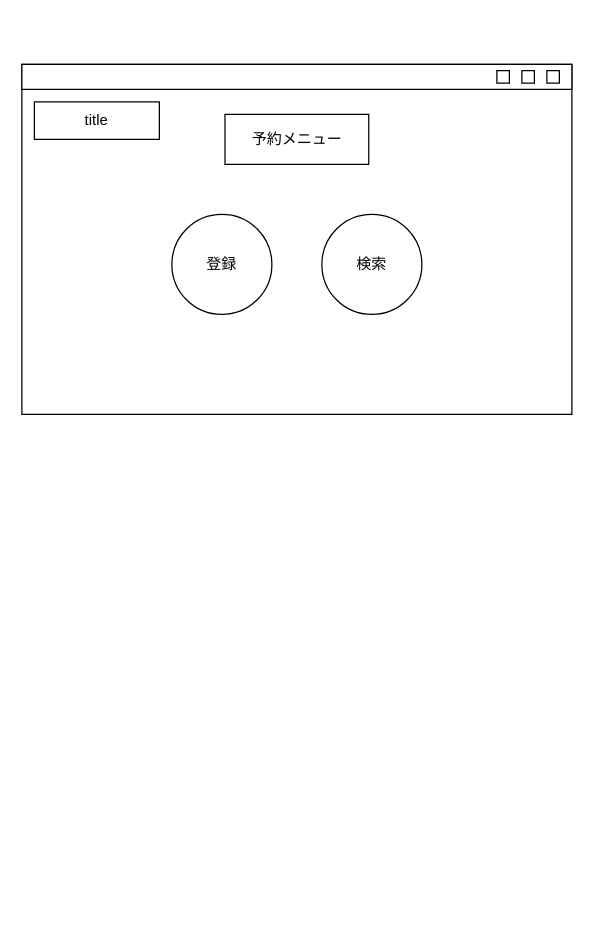
Before: Documents/20_外部設計/22_画面レイアウト設計/画面レイアウト設計書/drawio/RM.dwaio.drawio in charlie24403/Librarians, a draw.io diagram. Source tidied: cells renumbered, new cells numbered last; positions are measured from the earlier drawing's top-left corner, leaving out a move shared by most shapes. Both pictures are drawn from the tidied source at 125%, with x=0, y=0 at pixel (21, 64).
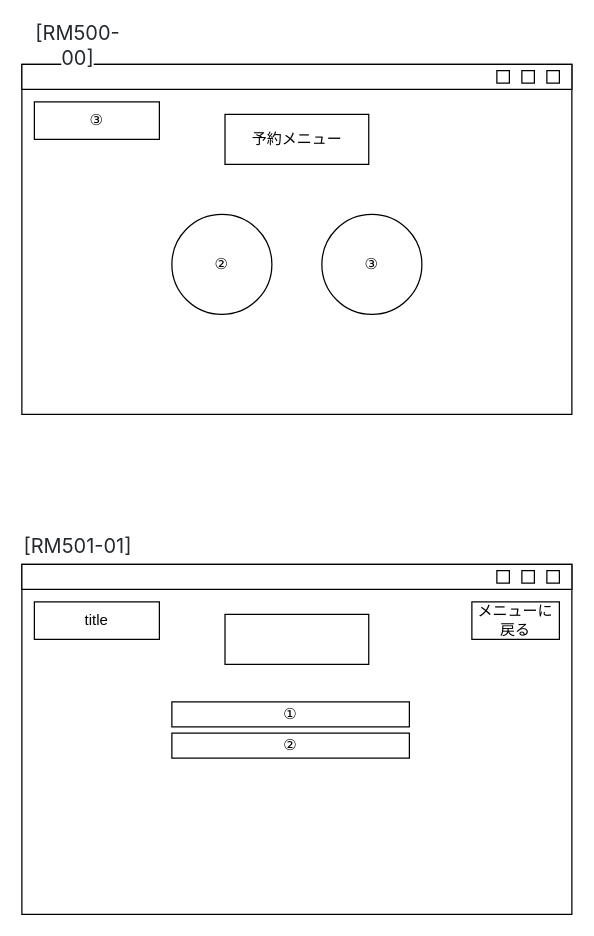
The same diagram, later.

Change to the diagram source:
```diff
@@
-    <mxCell id="7" value="title" style="rounded=0;whiteSpace=wrap;html=1;" parent="1" vertex="1">
+    <mxCell id="7" value="③" style="rounded=0;whiteSpace=wrap;html=1;" parent="1" vertex="1">
       <mxGeometry x="10" y="30" width="100" height="30" as="geometry" />
     </mxCell>
-    <mxCell id="8" value="登録" style="ellipse;whiteSpace=wrap;html=1;" parent="1" vertex="1">
+    <mxCell id="8" value="②" style="ellipse;whiteSpace=wrap;html=1;" parent="1" vertex="1">
       <mxGeometry x="120" y="120" width="80" height="80" as="geometry" />
     </mxCell>
-    <mxCell id="9" value="検索" style="ellipse;whiteSpace=wrap;html=1;" parent="1" vertex="1">
+    <mxCell id="9" value="③" style="ellipse;whiteSpace=wrap;html=1;" parent="1" vertex="1">
       <mxGeometry x="240" y="120" width="80" height="80" as="geometry" />
     </mxCell>
@@
+    <mxCell id="11" value="&lt;span style=&quot;color: rgb(36, 41, 47); font-family: -apple-system, BlinkMacSystemFont, &amp;quot;Segoe UI&amp;quot;, Helvetica, Arial, sans-serif, &amp;quot;Apple Color Emoji&amp;quot;, &amp;quot;Segoe UI Emoji&amp;quot;; font-size: 16px; text-align: left; background-color: rgb(255, 255, 255);&quot;&gt;[RM500-00]&lt;/span&gt;" style="text;html=1;strokeColor=none;fillColor=none;align=center;verticalAlign=middle;whiteSpace=wrap;rounded=0;" parent="1" vertex="1">
+      <mxGeometry y="-30" width="90" height="30" as="geometry" />
+    </mxCell>
+    <mxCell id="12" style="rounded=0;whiteSpace=wrap;html=1;" parent="1" vertex="1">
+      <mxGeometry y="400" width="440" height="280" as="geometry" />
+    </mxCell>
+    <mxCell id="13" style="rounded=0;whiteSpace=wrap;html=1;" parent="1" vertex="1">
+      <mxGeometry y="400" width="440" height="20" as="geometry" />
+    </mxCell>
+    <mxCell id="14" style="rounded=0;whiteSpace=wrap;html=1;" parent="1" vertex="1">
+      <mxGeometry x="400" y="405" width="10" height="10" as="geometry" />
+    </mxCell>
+    <mxCell id="15" style="rounded=0;whiteSpace=wrap;html=1;" parent="1" vertex="1">
+      <mxGeometry x="420" y="405" width="10" height="10" as="geometry" />
+    </mxCell>
+    <mxCell id="16" style="rounded=0;whiteSpace=wrap;html=1;" parent="1" vertex="1">
+      <mxGeometry x="380" y="405" width="10" height="10" as="geometry" />
+    </mxCell>
+    <mxCell id="17" value="title" style="rounded=0;whiteSpace=wrap;html=1;" parent="1" vertex="1">
+      <mxGeometry x="10" y="430" width="100" height="30" as="geometry" />
+    </mxCell>
+    <mxCell id="18" style="rounded=0;whiteSpace=wrap;html=1;" parent="1" vertex="1">
+      <mxGeometry x="162.5" y="440" width="115" height="40" as="geometry" />
+    </mxCell>
+    <mxCell id="19" value="&lt;span style=&quot;color: rgb(36, 41, 47); font-family: -apple-system, BlinkMacSystemFont, &amp;quot;Segoe UI&amp;quot;, Helvetica, Arial, sans-serif, &amp;quot;Apple Color Emoji&amp;quot;, &amp;quot;Segoe UI Emoji&amp;quot;; font-size: 16px; text-align: left; background-color: rgb(255, 255, 255);&quot;&gt;[RM501-01]&lt;/span&gt;" style="text;html=1;strokeColor=none;fillColor=none;align=center;verticalAlign=middle;whiteSpace=wrap;rounded=0;" parent="1" vertex="1">
+      <mxGeometry y="370" width="90" height="30" as="geometry" />
+    </mxCell>
+    <mxCell id="20" value="メニューに戻る" style="rounded=0;whiteSpace=wrap;html=1;" parent="1" vertex="1">
+      <mxGeometry x="360" y="430" width="70" height="30" as="geometry" />
+    </mxCell>
+    <mxCell id="21" value="①" style="rounded=0;whiteSpace=wrap;html=1;" parent="1" vertex="1">
+      <mxGeometry x="120" y="510" width="190" height="20" as="geometry" />
+    </mxCell>
+    <mxCell id="22" value="②" style="rounded=0;whiteSpace=wrap;html=1;" parent="1" vertex="1">
+      <mxGeometry x="120" y="535" width="190" height="20" as="geometry" />
+    </mxCell>
```
